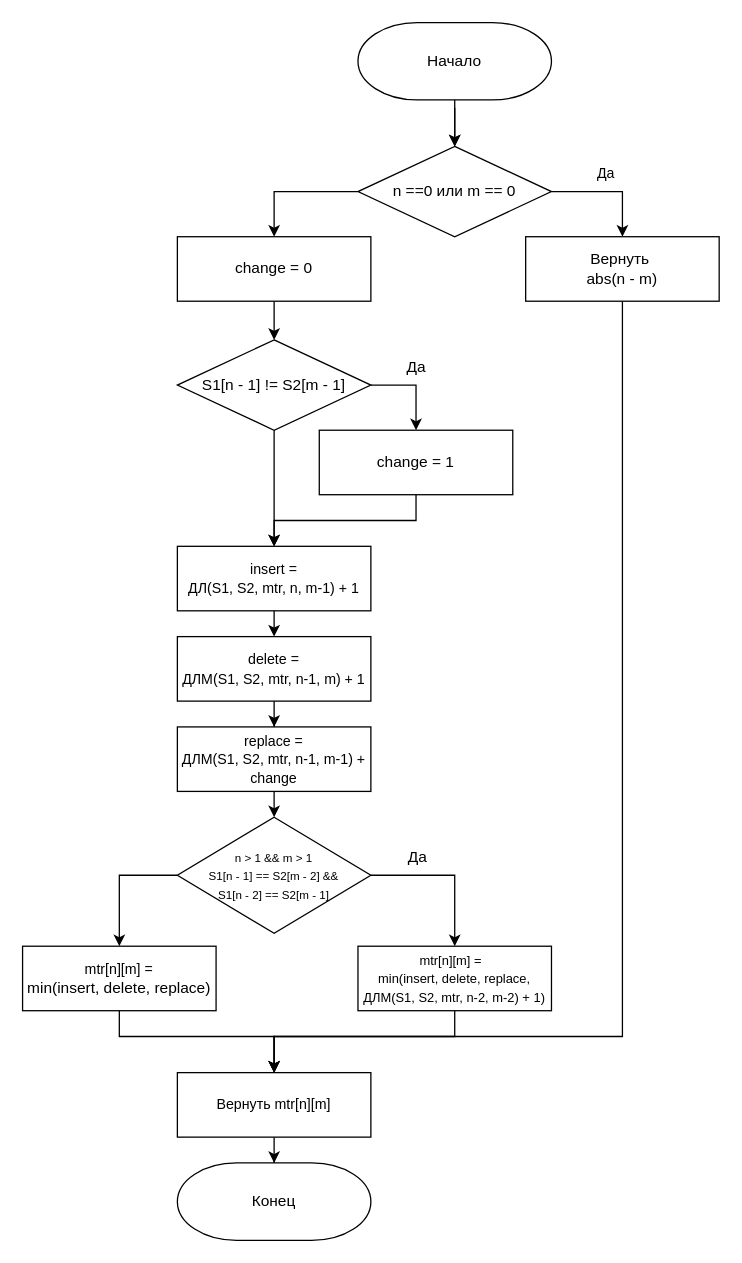
The draw.io diagram page "2" (4 of 5) of lab_01/docs/img/algoritms.drawio in Mansurow/bmstu-iu7-5sem-AA, before the edit. Source tidied: cells renumbered, new cells numbered last; positions are measured from the earlier drawing's top-left corner, leaving out a move shared by most shapes. Both pictures are drawn from the tidied source at 129%, with x=0, y=0 at pixel (22, 22).
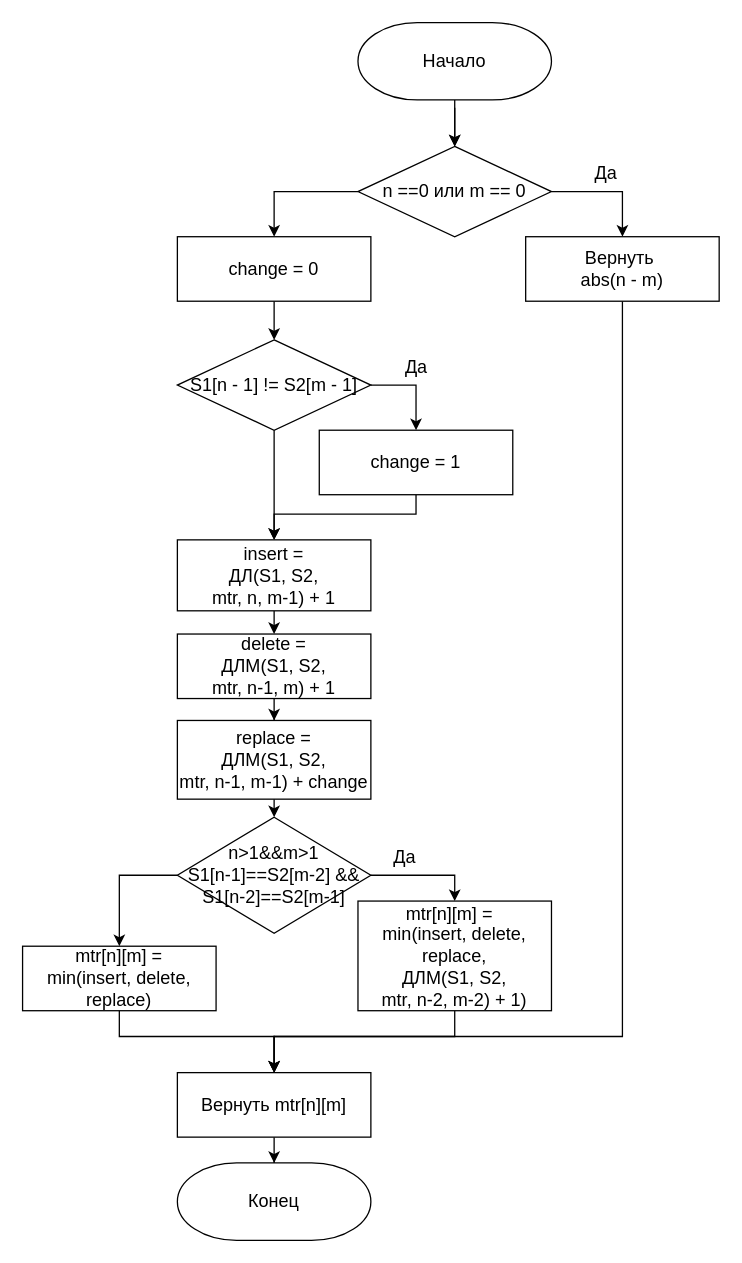
The same page after the edit.

Change to the diagram source:
```diff
@@
-    <mxCell id="2" style="edgeStyle=orthogonalEdgeStyle;rounded=0;jettySize=auto;html=1;fontSize=10;endArrow=classic;endFill=1;" parent="1" edge="1" source="3" target="8">
+    <mxCell id="2" style="edgeStyle=orthogonalEdgeStyle;rounded=0;jettySize=auto;html=1;fontSize=14;endArrow=classic;endFill=1;" parent="1" edge="1" source="3" target="8">
       <mxGeometry relative="1" as="geometry" />
     </mxCell>
-    <mxCell id="3" value="Начало" style="strokeWidth=1;html=1;shape=mxgraph.flowchart.terminator;whiteSpace=wrap;" parent="1" vertex="1">
+    <mxCell id="3" value="Начало" style="strokeWidth=1;html=1;shape=mxgraph.flowchart.terminator;whiteSpace=wrap;fontSize=14;" parent="1" vertex="1">
       <mxGeometry x="260" width="150" height="60" as="geometry" />
     </mxCell>
-    <mxCell id="4" style="edgeStyle=orthogonalEdgeStyle;rounded=0;jettySize=auto;html=1;exitX=0.5;exitY=1;exitDx=0;exitDy=0;entryX=0.5;entryY=0;entryDx=0;entryDy=0;" parent="1" edge="1" target="8">
+    <mxCell id="4" style="edgeStyle=orthogonalEdgeStyle;rounded=0;jettySize=auto;html=1;exitX=0.5;exitY=1;exitDx=0;exitDy=0;entryX=0.5;entryY=0;entryDx=0;entryDy=0;fontSize=14;" parent="1" edge="1" target="8">
       <mxGeometry relative="1" as="geometry">
         <mxPoint x="335" y="66" as="sourcePoint" />
       </mxGeometry>
     </mxCell>
-    <mxCell id="5" style="edgeStyle=orthogonalEdgeStyle;rounded=0;jettySize=auto;html=1;exitX=1;exitY=0.5;exitDx=0;exitDy=0;" parent="1" edge="1" source="8" target="10">
+    <mxCell id="5" style="edgeStyle=orthogonalEdgeStyle;rounded=0;jettySize=auto;html=1;exitX=1;exitY=0.5;exitDx=0;exitDy=0;fontSize=14;" parent="1" edge="1" source="8" target="10">
       <mxGeometry relative="1" as="geometry" />
     </mxCell>
-    <mxCell id="6" value="Да" style="edgeLabel;html=1;align=center;verticalAlign=middle;" parent="5" vertex="1">
+    <mxCell id="6" value="Да" style="edgeLabel;html=1;align=center;verticalAlign=middle;fontSize=14;" parent="5" vertex="1">
       <mxGeometry x="-0.07" y="-2" relative="1" as="geometry">
         <mxPoint x="-1" y="-17" as="offset" />
       </mxGeometry>
     </mxCell>
-    <mxCell id="7" style="edgeStyle=orthogonalEdgeStyle;rounded=0;jettySize=auto;html=1;entryX=0.5;entryY=0;entryDx=0;entryDy=0;" parent="1" edge="1" source="8" target="16">
+    <mxCell id="7" style="edgeStyle=orthogonalEdgeStyle;rounded=0;jettySize=auto;html=1;entryX=0.5;entryY=0;entryDx=0;entryDy=0;fontSize=14;" parent="1" edge="1" source="8" target="16">
       <mxGeometry relative="1" as="geometry">
         <Array as="points">
           <mxPoint x="195" y="131" />
         </Array>
       </mxGeometry>
     </mxCell>
-    <mxCell id="8" value="n ==0 или m == 0" style="rhombus;whiteSpace=wrap;html=1;strokeWidth=1;" parent="1" vertex="1">
+    <mxCell id="8" value="n ==0 или m == 0" style="rhombus;whiteSpace=wrap;html=1;strokeWidth=1;fontSize=14;" parent="1" vertex="1">
       <mxGeometry x="260" y="96" width="150" height="70" as="geometry" />
     </mxCell>
-    <mxCell id="9" style="edgeStyle=orthogonalEdgeStyle;rounded=0;jettySize=auto;html=1;exitX=0.5;exitY=1;exitDx=0;exitDy=0;fontSize=9;" parent="1" edge="1" source="10" target="35">
+    <mxCell id="9" style="edgeStyle=orthogonalEdgeStyle;rounded=0;jettySize=auto;html=1;exitX=0.5;exitY=1;exitDx=0;exitDy=0;fontSize=14;" parent="1" edge="1" source="10" target="35">
       <mxGeometry relative="1" as="geometry">
         <Array as="points">
           <mxPoint x="465" y="786" />
           <mxPoint x="195" y="786" />
         </Array>
       </mxGeometry>
     </mxCell>
-    <mxCell id="10" value="Вернуть&amp;nbsp;&lt;br&gt;abs(n - m)" style="rounded=0;whiteSpace=wrap;html=1;absoluteArcSize=1;arcSize=14;strokeWidth=1;" parent="1" vertex="1">
+    <mxCell id="10" value="Вернуть&amp;nbsp;&lt;br style=&quot;font-size: 14px;&quot;&gt;abs(n - m)" style="rounded=0;whiteSpace=wrap;html=1;absoluteArcSize=1;arcSize=14;strokeWidth=1;fontSize=14;" parent="1" vertex="1">
       <mxGeometry x="390" y="166" width="150" height="50" as="geometry" />
     </mxCell>
-    <mxCell id="11" style="edgeStyle=orthogonalEdgeStyle;rounded=0;jettySize=auto;html=1;exitX=1;exitY=0.5;exitDx=0;exitDy=0;" parent="1" edge="1" source="14" target="18">
+    <mxCell id="11" style="edgeStyle=orthogonalEdgeStyle;rounded=0;jettySize=auto;html=1;exitX=1;exitY=0.5;exitDx=0;exitDy=0;fontSize=14;" parent="1" edge="1" source="14" target="18">
       <mxGeometry relative="1" as="geometry" />
     </mxCell>
-    <mxCell id="12" value="&lt;font style=&quot;font-size: 12px;&quot;&gt;Да&lt;/font&gt;" style="edgeLabel;html=1;align=center;verticalAlign=middle;" parent="11" vertex="1">
+    <mxCell id="12" value="&lt;font style=&quot;font-size: 14px;&quot;&gt;Да&lt;/font&gt;" style="edgeLabel;html=1;align=center;verticalAlign=middle;fontSize=14;" parent="11" vertex="1">
       <mxGeometry x="-0.18" y="-2" relative="1" as="geometry">
         <mxPoint x="5" y="-17" as="offset" />
       </mxGeometry>
     </mxCell>
-    <mxCell id="13" style="edgeStyle=orthogonalEdgeStyle;rounded=0;jettySize=auto;html=1;exitX=0.5;exitY=1;exitDx=0;exitDy=0;entryX=0.5;entryY=0;entryDx=0;entryDy=0;fontSize=11;" parent="1" edge="1" source="14" target="24">
+    <mxCell id="13" style="edgeStyle=orthogonalEdgeStyle;rounded=0;jettySize=auto;html=1;exitX=0.5;exitY=1;exitDx=0;exitDy=0;entryX=0.5;entryY=0;entryDx=0;entryDy=0;fontSize=14;" parent="1" edge="1" source="14" target="24">
       <mxGeometry relative="1" as="geometry" />
     </mxCell>
-    <mxCell id="14" value="S1[n - 1] != S2[m - 1]" style="rhombus;whiteSpace=wrap;html=1;strokeWidth=1;" parent="1" vertex="1">
+    <mxCell id="14" value="S1[n - 1] != S2[m - 1]" style="rhombus;whiteSpace=wrap;html=1;strokeWidth=1;fontSize=14;" parent="1" vertex="1">
       <mxGeometry x="120" y="246" width="150" height="70" as="geometry" />
     </mxCell>
-    <mxCell id="15" style="edgeStyle=orthogonalEdgeStyle;rounded=0;jettySize=auto;html=1;exitX=0.5;exitY=1;exitDx=0;exitDy=0;" parent="1" edge="1" source="16" target="14">
+    <mxCell id="15" style="edgeStyle=orthogonalEdgeStyle;rounded=0;jettySize=auto;html=1;exitX=0.5;exitY=1;exitDx=0;exitDy=0;fontSize=14;" parent="1" edge="1" source="16" target="14">
       <mxGeometry relative="1" as="geometry" />
     </mxCell>
-    <mxCell id="16" value="change = 0" style="rounded=0;whiteSpace=wrap;html=1;absoluteArcSize=1;arcSize=14;strokeWidth=1;" parent="1" vertex="1">
+    <mxCell id="16" value="change = 0" style="rounded=0;whiteSpace=wrap;html=1;absoluteArcSize=1;arcSize=14;strokeWidth=1;fontSize=14;" parent="1" vertex="1">
       <mxGeometry x="120" y="166" width="150" height="50" as="geometry" />
     </mxCell>
-    <mxCell id="17" style="edgeStyle=orthogonalEdgeStyle;rounded=0;jettySize=auto;html=1;exitX=0.5;exitY=1;exitDx=0;exitDy=0;entryX=0.5;entryY=0;entryDx=0;entryDy=0;fontSize=11;" parent="1" edge="1" source="18" target="24">
-      <mxGeometry relative="1" as="geometry" />
+    <mxCell id="17" style="edgeStyle=orthogonalEdgeStyle;rounded=0;jettySize=auto;html=1;exitX=0.5;exitY=1;exitDx=0;exitDy=0;entryX=0.5;entryY=0;entryDx=0;entryDy=0;fontSize=14;" parent="1" edge="1" source="18" target="24">
+      <mxGeometry relative="1" as="geometry">
+        <Array as="points">
+          <mxPoint x="305" y="381" />
+          <mxPoint x="195" y="381" />
+        </Array>
+      </mxGeometry>
     </mxCell>
-    <mxCell id="18" value="change = 1" style="rounded=0;whiteSpace=wrap;html=1;absoluteArcSize=1;arcSize=14;strokeWidth=1;" parent="1" vertex="1">
+    <mxCell id="18" value="change = 1" style="rounded=0;whiteSpace=wrap;html=1;absoluteArcSize=1;arcSize=14;strokeWidth=1;fontSize=14;" parent="1" vertex="1">
       <mxGeometry x="230" y="316" width="150" height="50" as="geometry" />
     </mxCell>
-    <mxCell id="19" style="edgeStyle=orthogonalEdgeStyle;rounded=0;jettySize=auto;html=1;exitX=0;exitY=0.5;exitDx=0;exitDy=0;fontSize=9;" parent="1" edge="1" source="22" target="30">
+    <mxCell id="19" style="edgeStyle=orthogonalEdgeStyle;rounded=0;jettySize=auto;html=1;exitX=0;exitY=0.5;exitDx=0;exitDy=0;fontSize=14;" parent="1" edge="1" source="22" target="30">
       <mxGeometry relative="1" as="geometry" />
     </mxCell>
-    <mxCell id="20" style="edgeStyle=orthogonalEdgeStyle;rounded=0;jettySize=auto;html=1;exitX=1;exitY=0.5;exitDx=0;exitDy=0;fontSize=9;" parent="1" edge="1" source="22" target="32">
+    <mxCell id="20" style="edgeStyle=orthogonalEdgeStyle;rounded=0;jettySize=auto;html=1;exitX=1;exitY=0.5;exitDx=0;exitDy=0;fontSize=14;" parent="1" edge="1" source="22" target="32">
       <mxGeometry relative="1" as="geometry" />
     </mxCell>
-    <mxCell id="21" value="&lt;font style=&quot;font-size: 12px;&quot;&gt;Да&lt;/font&gt;" style="edgeLabel;html=1;align=center;verticalAlign=middle;fontSize=9;" parent="20" vertex="1">
+    <mxCell id="21" value="&lt;font style=&quot;font-size: 14px;&quot;&gt;Да&lt;/font&gt;" style="edgeLabel;html=1;align=center;verticalAlign=middle;fontSize=14;" parent="20" vertex="1">
       <mxGeometry x="-0.41" y="1" relative="1" as="geometry">
         <mxPoint y="-14" as="offset" />
       </mxGeometry>
     </mxCell>
-    <mxCell id="22" value="&lt;font style=&quot;font-size: 9px; line-height: 1.2;&quot;&gt;n &amp;gt; 1 &amp;amp;&amp;amp; m &amp;gt; 1&lt;br&gt;S1[n - 1] == S2[m - 2] &amp;amp;&amp;amp;&lt;br&gt;S1[n - 2] == S2[m - 1]&lt;/font&gt;" style="rhombus;whiteSpace=wrap;html=1;strokeWidth=1;" parent="1" vertex="1">
+    <mxCell id="22" value="&lt;font style=&quot;font-size: 14px; line-height: 1.2;&quot;&gt;n&amp;gt;1&amp;amp;&amp;amp;m&amp;gt;1&lt;br style=&quot;font-size: 14px;&quot;&gt;S1[n-1]==S2[m-2] &amp;amp;&amp;amp;&lt;br style=&quot;font-size: 14px;&quot;&gt;S1[n-2]==S2[m-1]&lt;/font&gt;" style="rhombus;whiteSpace=wrap;html=1;strokeWidth=1;fontSize=14;" parent="1" vertex="1">
       <mxGeometry x="120" y="616" width="150" height="90" as="geometry" />
     </mxCell>
-    <mxCell id="23" style="edgeStyle=orthogonalEdgeStyle;rounded=0;jettySize=auto;html=1;exitX=0.5;exitY=1;exitDx=0;exitDy=0;entryX=0.5;entryY=0;entryDx=0;entryDy=0;fontSize=11;" parent="1" edge="1" source="24" target="26">
+    <mxCell id="23" style="edgeStyle=orthogonalEdgeStyle;rounded=0;jettySize=auto;html=1;exitX=0.5;exitY=1;exitDx=0;exitDy=0;entryX=0.5;entryY=0;entryDx=0;entryDy=0;fontSize=14;" parent="1" edge="1" source="24" target="26">
       <mxGeometry relative="1" as="geometry" />
     </mxCell>
-    <mxCell id="24" value="&lt;font style=&quot;font-size: 11px;&quot;&gt;insert = &lt;br&gt;ДЛ(S1, S2, mtr, n, m-1) + 1&lt;/font&gt;" style="rounded=0;whiteSpace=wrap;html=1;absoluteArcSize=1;arcSize=14;strokeWidth=1;" parent="1" vertex="1">
-      <mxGeometry x="120" y="406" width="150" height="50" as="geometry" />
+    <mxCell id="24" value="&lt;font style=&quot;font-size: 14px;&quot;&gt;insert = &lt;br style=&quot;font-size: 14px;&quot;&gt;ДЛ(S1, S2, &lt;br&gt;mtr, n, m-1) + 1&lt;/font&gt;" style="rounded=0;whiteSpace=wrap;html=1;absoluteArcSize=1;arcSize=14;strokeWidth=1;fontSize=14;" parent="1" vertex="1">
+      <mxGeometry x="120" y="401" width="150" height="55" as="geometry" />
     </mxCell>
-    <mxCell id="25" style="edgeStyle=orthogonalEdgeStyle;rounded=0;jettySize=auto;html=1;entryX=0.5;entryY=0;entryDx=0;entryDy=0;fontSize=11;" parent="1" edge="1" source="26" target="28">
+    <mxCell id="25" style="edgeStyle=orthogonalEdgeStyle;rounded=0;jettySize=auto;html=1;entryX=0.5;entryY=0;entryDx=0;entryDy=0;fontSize=14;" parent="1" edge="1" source="26" target="28">
       <mxGeometry relative="1" as="geometry" />
     </mxCell>
-    <mxCell id="26" value="&lt;font style=&quot;font-size: 11px;&quot;&gt;delete = &lt;br&gt;ДЛM(S1, S2, mtr, n-1, m) + 1&lt;/font&gt;" style="rounded=0;whiteSpace=wrap;html=1;absoluteArcSize=1;arcSize=14;strokeWidth=1;" parent="1" vertex="1">
-      <mxGeometry x="120" y="476" width="150" height="50" as="geometry" />
+    <mxCell id="26" value="&lt;font style=&quot;font-size: 14px;&quot;&gt;delete = &lt;br style=&quot;font-size: 14px;&quot;&gt;ДЛM(S1, S2, &lt;br&gt;mtr, n-1, m) + 1&lt;/font&gt;" style="rounded=0;whiteSpace=wrap;html=1;absoluteArcSize=1;arcSize=14;strokeWidth=1;fontSize=14;" parent="1" vertex="1">
+      <mxGeometry x="120" y="474" width="150" height="50" as="geometry" />
     </mxCell>
-    <mxCell id="27" style="edgeStyle=orthogonalEdgeStyle;rounded=0;jettySize=auto;html=1;exitX=0.5;exitY=1;exitDx=0;exitDy=0;entryX=0.5;entryY=0;entryDx=0;entryDy=0;fontSize=11;" parent="1" edge="1" source="28" target="22">
+    <mxCell id="27" style="edgeStyle=orthogonalEdgeStyle;rounded=0;jettySize=auto;html=1;exitX=0.5;exitY=1;exitDx=0;exitDy=0;entryX=0.5;entryY=0;entryDx=0;entryDy=0;fontSize=14;" parent="1" edge="1" source="28" target="22">
       <mxGeometry relative="1" as="geometry" />
     </mxCell>
-    <mxCell id="28" value="&lt;font style=&quot;font-size: 11px;&quot;&gt;replace = &lt;br&gt;ДЛМ(S1, S2, mtr, n-1, m-1) + change&lt;/font&gt;" style="rounded=0;whiteSpace=wrap;html=1;absoluteArcSize=1;arcSize=14;strokeWidth=1;" parent="1" vertex="1">
-      <mxGeometry x="120" y="546" width="150" height="50" as="geometry" />
+    <mxCell id="28" value="&lt;font style=&quot;font-size: 14px;&quot;&gt;replace = &lt;br style=&quot;font-size: 14px;&quot;&gt;ДЛМ(S1, S2, &lt;br&gt;mtr, n-1, m-1) + change&lt;/font&gt;" style="rounded=0;whiteSpace=wrap;html=1;absoluteArcSize=1;arcSize=14;strokeWidth=1;fontSize=14;" parent="1" vertex="1">
+      <mxGeometry x="120" y="541" width="150" height="61" as="geometry" />
     </mxCell>
-    <mxCell id="29" style="edgeStyle=orthogonalEdgeStyle;rounded=0;jettySize=auto;html=1;exitX=0.5;exitY=1;exitDx=0;exitDy=0;fontSize=9;entryX=0.5;entryY=0;entryDx=0;entryDy=0;" parent="1" edge="1" source="30" target="35">
+    <mxCell id="29" style="edgeStyle=orthogonalEdgeStyle;rounded=0;jettySize=auto;html=1;exitX=0.5;exitY=1;exitDx=0;exitDy=0;fontSize=14;entryX=0.5;entryY=0;entryDx=0;entryDy=0;" parent="1" edge="1" source="30" target="35">
       <mxGeometry relative="1" as="geometry">
         <Array as="points">
           <mxPoint x="75" y="786" />
           <mxPoint x="195" y="786" />
         </Array>
       </mxGeometry>
     </mxCell>
-    <mxCell id="30" value="&lt;span style=&quot;font-size: 11px;&quot;&gt;mtr[n][m] =&lt;br&gt;&lt;/span&gt;min(insert, delete, replace)" style="rounded=0;whiteSpace=wrap;html=1;absoluteArcSize=1;arcSize=14;strokeWidth=1;" parent="1" vertex="1">
+    <mxCell id="30" value="&lt;span style=&quot;font-size: 14px;&quot;&gt;mtr[n][m] =&lt;br style=&quot;font-size: 14px;&quot;&gt;&lt;/span&gt;min(insert, delete, replace)" style="rounded=0;whiteSpace=wrap;html=1;absoluteArcSize=1;arcSize=14;strokeWidth=1;fontSize=14;" parent="1" vertex="1">
       <mxGeometry y="716" width="150" height="50" as="geometry" />
     </mxCell>
-    <mxCell id="31" style="edgeStyle=orthogonalEdgeStyle;rounded=0;jettySize=auto;html=1;exitX=0.5;exitY=1;exitDx=0;exitDy=0;fontSize=9;entryX=0.5;entryY=0;entryDx=0;entryDy=0;" parent="1" edge="1" source="32" target="35">
+    <mxCell id="31" style="edgeStyle=orthogonalEdgeStyle;rounded=0;jettySize=auto;html=1;exitX=0.5;exitY=1;exitDx=0;exitDy=0;fontSize=14;entryX=0.5;entryY=0;entryDx=0;entryDy=0;" parent="1" edge="1" source="32" target="35">
       <mxGeometry relative="1" as="geometry">
         <Array as="points">
           <mxPoint x="335" y="786" />
           <mxPoint x="195" y="786" />
         </Array>
       </mxGeometry>
     </mxCell>
-    <mxCell id="32" value="&lt;font style=&quot;font-size: 10px;&quot;&gt;mtr[n][m] =&amp;nbsp;&amp;nbsp;&lt;br&gt;min(insert, delete, replace,&lt;br&gt;ДЛМ(S1, S2, mtr, n-2, m-2) + 1)&lt;/font&gt;" style="rounded=0;whiteSpace=wrap;html=1;absoluteArcSize=1;arcSize=14;strokeWidth=1;" parent="1" vertex="1">
-      <mxGeometry x="260" y="716" width="150" height="50" as="geometry" />
+    <mxCell id="32" value="&lt;font style=&quot;font-size: 14px;&quot;&gt;mtr[n][m] =&amp;nbsp;&amp;nbsp;&lt;br style=&quot;font-size: 14px;&quot;&gt;min(insert, delete, replace,&lt;br style=&quot;font-size: 14px;&quot;&gt;ДЛМ(S1, S2, &lt;br&gt;mtr, n-2, m-2) + 1)&lt;/font&gt;" style="rounded=0;whiteSpace=wrap;html=1;absoluteArcSize=1;arcSize=14;strokeWidth=1;fontSize=14;" parent="1" vertex="1">
+      <mxGeometry x="260" y="681" width="150" height="85" as="geometry" />
     </mxCell>
-    <mxCell id="33" value="Конец" style="strokeWidth=1;html=1;shape=mxgraph.flowchart.terminator;whiteSpace=wrap;" parent="1" vertex="1">
+    <mxCell id="33" value="Конец" style="strokeWidth=1;html=1;shape=mxgraph.flowchart.terminator;whiteSpace=wrap;fontSize=14;" parent="1" vertex="1">
       <mxGeometry x="120" y="884" width="150" height="60" as="geometry" />
     </mxCell>
-    <mxCell id="34" style="edgeStyle=orthogonalEdgeStyle;rounded=0;jettySize=auto;html=1;exitX=0.5;exitY=1;exitDx=0;exitDy=0;fontSize=10;endArrow=classic;endFill=1;" parent="1" edge="1" source="35" target="33">
+    <mxCell id="34" style="edgeStyle=orthogonalEdgeStyle;rounded=0;jettySize=auto;html=1;exitX=0.5;exitY=1;exitDx=0;exitDy=0;fontSize=14;endArrow=classic;endFill=1;" parent="1" edge="1" source="35" target="33">
       <mxGeometry relative="1" as="geometry" />
     </mxCell>
-    <mxCell id="35" value="&lt;span style=&quot;font-size: 11px;&quot;&gt;Вернуть mtr[n][m]&lt;/span&gt;" style="rounded=0;whiteSpace=wrap;html=1;absoluteArcSize=1;arcSize=14;strokeWidth=1;" parent="1" vertex="1">
+    <mxCell id="35" value="&lt;span style=&quot;font-size: 14px;&quot;&gt;Вернуть mtr[n][m]&lt;/span&gt;" style="rounded=0;whiteSpace=wrap;html=1;absoluteArcSize=1;arcSize=14;strokeWidth=1;fontSize=14;" parent="1" vertex="1">
       <mxGeometry x="120" y="814" width="150" height="50" as="geometry" />
     </mxCell>
```
